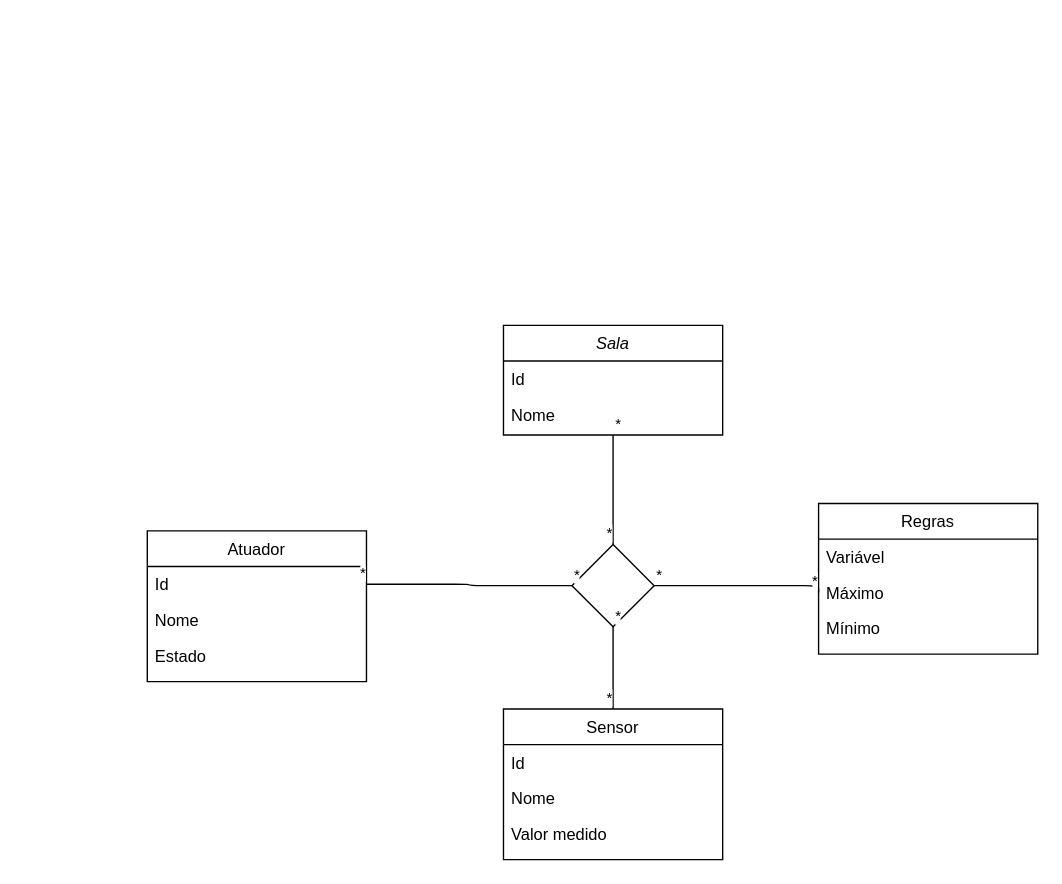
The draw.io diagram Documentation/UML_Class_Diagram.drawio in pedrosilva2703/SINF-FEUP, before the edit. Source tidied: cells renumbered, new cells numbered last; positions are measured from the earlier drawing's top-left corner, leaving out a move shared by most shapes. Both pictures are drawn from the tidied source at 137%, with x=0, y=0 at pixel (147, 325).
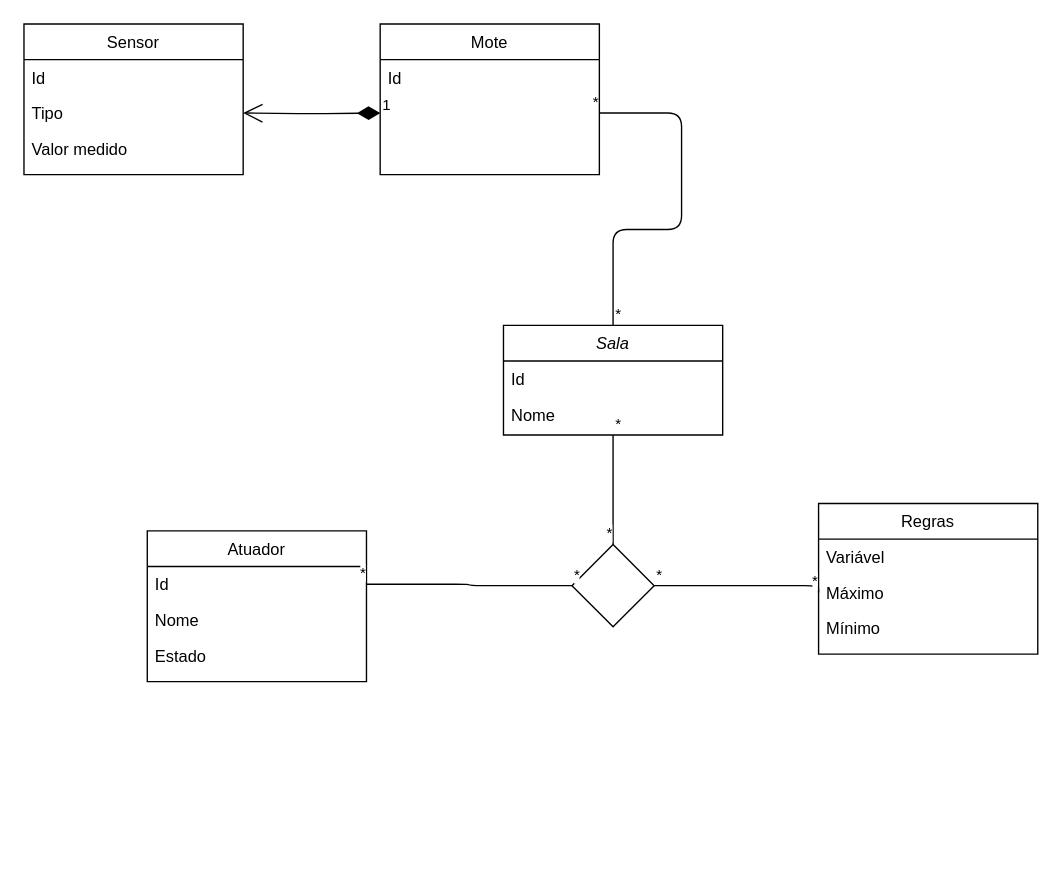
The same diagram, later.

The change refers to these unchanged cells:
```xml
<mxCell id="2" value="Sala" style="swimlane;fontStyle=2;align=center;verticalAlign=top;horizontal=1;startSize=26;rounded=0;shadow=0;strokeWidth=1;" parent="1" vertex="1">
  <mxGeometry x="260" width="160" height="80" as="geometry" />
</mxCell>
<mxCell id="9" style="rhombus;whiteSpace=wrap;html=1;" parent="1" vertex="1">
  <mxGeometry x="310" y="160" width="60" height="60" as="geometry" />
</mxCell>
```

Diff of the diagram source:
```diff
@@
     <mxCell id="14" value="Sensor" style="swimlane;fontStyle=0;align=center;verticalAlign=top;horizontal=1;startSize=26;rounded=0;shadow=0;strokeWidth=1;" parent="1" vertex="1">
-      <mxGeometry x="260" y="280" width="160" height="110" as="geometry" />
+      <mxGeometry x="-90" y="-220" width="160" height="110" as="geometry" />
     </mxCell>
@@
-    <mxCell id="16" value="Nome" style="text;align=left;verticalAlign=top;spacingLeft=4;spacingRight=4;overflow=hidden;points=[[0,0.5],[1,0.5]];portConstraint=eastwest;rounded=0;shadow=0;html=0;" parent="14" vertex="1">
+    <mxCell id="16" value="Tipo" style="text;align=left;verticalAlign=top;spacingLeft=4;spacingRight=4;overflow=hidden;points=[[0,0.5],[1,0.5]];portConstraint=eastwest;rounded=0;shadow=0;html=0;" parent="14" vertex="1">
       <mxGeometry y="52" width="160" height="26" as="geometry" />
     </mxCell>
@@
-    <mxCell id="18" style="endArrow=none;html=1;edgeStyle=orthogonalEdgeStyle;entryX=0.5;entryY=0;entryDx=0;entryDy=0;exitX=0.5;exitY=1;exitDx=0;exitDy=0;" parent="1" edge="1" source="9" target="14">
-      <mxGeometry relative="1" as="geometry" />
+    <mxCell id="18" style="endArrow=none;html=1;edgeStyle=orthogonalEdgeStyle;exitX=0.5;exitY=0;exitDx=0;exitDy=0;entryX=1;entryY=0.5;entryDx=0;entryDy=0;" parent="1" edge="1" source="2">
+      <mxGeometry relative="1" as="geometry">
+        <mxPoint x="330" y="-155" as="targetPoint" />
+        <Array as="points">
+          <mxPoint x="340" y="-70" />
+          <mxPoint x="390" y="-70" />
+          <mxPoint x="390" y="-155" />
+        </Array>
+      </mxGeometry>
     </mxCell>
@@
+    <mxCell id="30" value="Mote" style="swimlane;fontStyle=0;align=center;verticalAlign=top;horizontal=1;startSize=26;rounded=0;shadow=0;strokeWidth=1;" parent="1" vertex="1">
+      <mxGeometry x="170" y="-220" width="160" height="110" as="geometry" />
+    </mxCell>
+    <mxCell id="31" value="Id" style="text;align=left;verticalAlign=top;spacingLeft=4;spacingRight=4;overflow=hidden;" parent="30" vertex="1">
+      <mxGeometry y="26" width="160" height="26" as="geometry" />
+    </mxCell>
+    <mxCell id="32" value="1" style="endArrow=open;html=1;endSize=12;startArrow=diamondThin;startSize=14;startFill=1;edgeStyle=orthogonalEdgeStyle;align=left;verticalAlign=bottom;exitX=0;exitY=0.5;exitDx=0;exitDy=0;entryX=1;entryY=0.5;entryDx=0;entryDy=0;" parent="1" edge="1" target="16">
+      <mxGeometry x="-1" y="3" relative="1" as="geometry">
+        <mxPoint x="170" y="-155" as="sourcePoint" />
+      </mxGeometry>
+    </mxCell>
```
